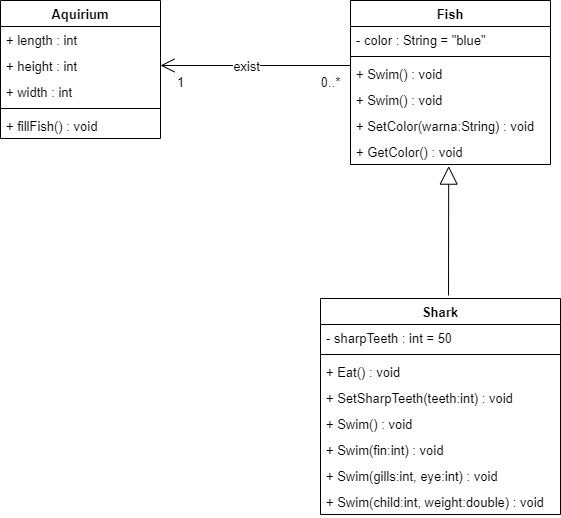
Above: E1ClassDiagram.png in yunee01/W2 (draw.io), before the change. Source tidied: cells renumbered, new cells last; positions are measured from the earlier drawing's top-left corner, leaving out a move shared by most shapes. The source it was exported from:
```xml
<mxGraphModel>
  <root>
    <mxCell id="0" />
    <mxCell id="1" parent="0" />
    <mxCell id="2" style="endArrow=block;endSize=16;endFill=0;html=1;entryX=0.491;entryY=1.062;entryDx=0;entryDy=0;entryPerimeter=0;jumpSize=10;fontSize=13;" parent="1" edge="1" target="9">
      <mxGeometry relative="1" as="geometry">
        <mxPoint x="448" y="295" as="sourcePoint" />
      </mxGeometry>
    </mxCell>
    <mxCell id="3" value="Fish" style="swimlane;fontStyle=1;align=center;verticalAlign=top;horizontal=1;startSize=26;fontSize=13;" parent="1" vertex="1">
      <mxGeometry x="350" width="200" height="164" as="geometry" />
    </mxCell>
    <mxCell id="4" value="- color : String = &quot;blue&quot;" style="text;strokeColor=none;fillColor=none;align=left;verticalAlign=top;spacingLeft=4;spacingRight=4;overflow=hidden;fontSize=13;" parent="3" vertex="1">
      <mxGeometry y="26" width="200" height="26" as="geometry" />
    </mxCell>
    <mxCell id="5" style="line;strokeWidth=1;fillColor=none;align=left;verticalAlign=middle;spacingTop=-1;spacingLeft=3;spacingRight=3;labelPosition=right;fontSize=13;" parent="3" vertex="1">
      <mxGeometry y="52" width="200" height="8" as="geometry" />
    </mxCell>
    <mxCell id="6" value="+ Swim() : void" style="text;strokeColor=none;fillColor=none;align=left;verticalAlign=top;spacingLeft=4;spacingRight=4;overflow=hidden;fontSize=13;" parent="3" vertex="1">
      <mxGeometry y="60" width="200" height="26" as="geometry" />
    </mxCell>
    <mxCell id="7" value="+ Swim() : void" style="text;strokeColor=none;fillColor=none;align=left;verticalAlign=top;spacingLeft=4;spacingRight=4;overflow=hidden;fontSize=13;" parent="3" vertex="1">
      <mxGeometry y="86" width="200" height="26" as="geometry" />
    </mxCell>
    <mxCell id="8" value="+ SetColor(warna:String) : void" style="text;strokeColor=none;fillColor=none;align=left;verticalAlign=top;spacingLeft=4;spacingRight=4;overflow=hidden;fontSize=13;" parent="3" vertex="1">
      <mxGeometry y="112" width="200" height="26" as="geometry" />
    </mxCell>
    <mxCell id="9" value="+ GetColor() : void" style="text;strokeColor=none;fillColor=none;align=left;verticalAlign=top;spacingLeft=4;spacingRight=4;overflow=hidden;points=[[0,0.5],[1,0.5]];portConstraint=eastwest;fontSize=13;" parent="3" vertex="1">
      <mxGeometry y="138" width="200" height="26" as="geometry" />
    </mxCell>
    <mxCell id="10" value="Aquirium" style="swimlane;fontStyle=1;align=center;verticalAlign=top;horizontal=1;startSize=26;fontSize=13;" parent="1" vertex="1">
      <mxGeometry width="160" height="138" as="geometry" />
    </mxCell>
    <mxCell id="11" value="+ length : int&#10;" style="text;strokeColor=none;fillColor=none;align=left;verticalAlign=top;spacingLeft=4;spacingRight=4;overflow=hidden;fontSize=13;" parent="10" vertex="1">
      <mxGeometry y="26" width="160" height="26" as="geometry" />
    </mxCell>
    <mxCell id="12" value="+ height : int&#10;" style="text;strokeColor=none;fillColor=none;align=left;verticalAlign=top;spacingLeft=4;spacingRight=4;overflow=hidden;points=[[0,0.5],[1,0.5]];portConstraint=eastwest;fontSize=13;" parent="10" vertex="1">
      <mxGeometry y="52" width="160" height="26" as="geometry" />
    </mxCell>
    <mxCell id="13" value="+ width : int&#10;" style="text;strokeColor=none;fillColor=none;align=left;verticalAlign=top;spacingLeft=4;spacingRight=4;overflow=hidden;fontSize=13;" parent="10" vertex="1">
      <mxGeometry y="78" width="160" height="26" as="geometry" />
    </mxCell>
    <mxCell id="14" style="line;strokeWidth=1;fillColor=none;align=left;verticalAlign=middle;spacingTop=-1;spacingLeft=3;spacingRight=3;labelPosition=right;fontSize=13;" parent="10" vertex="1">
      <mxGeometry y="104" width="160" height="8" as="geometry" />
    </mxCell>
    <mxCell id="15" value="+ fillFish() : void" style="text;strokeColor=none;fillColor=none;align=left;verticalAlign=top;spacingLeft=4;spacingRight=4;overflow=hidden;fontSize=13;" parent="10" vertex="1">
      <mxGeometry y="112" width="160" height="26" as="geometry" />
    </mxCell>
    <mxCell id="16" style="endArrow=open;endFill=1;endSize=12;html=1;entryX=1;entryY=0.5;entryDx=0;entryDy=0;fontSize=13;" parent="1" edge="1" target="12">
      <mxGeometry relative="1" as="geometry">
        <mxPoint x="350" y="65" as="sourcePoint" />
      </mxGeometry>
    </mxCell>
    <mxCell id="17" value="exist" style="edgeLabel;html=1;align=center;verticalAlign=middle;fontSize=13;" parent="16" vertex="1">
      <mxGeometry x="0.1" relative="1" as="geometry" />
    </mxCell>
    <mxCell id="18" value="0..*" style="text;html=1;align=center;verticalAlign=middle;fontSize=13;" parent="1" vertex="1">
      <mxGeometry x="315" y="72" width="30" height="20" as="geometry" />
    </mxCell>
    <mxCell id="19" value="1" style="text;html=1;align=center;verticalAlign=middle;fontSize=13;" parent="1" vertex="1">
      <mxGeometry x="170" y="72" width="20" height="20" as="geometry" />
    </mxCell>
    <mxCell id="20" value="Shark" style="swimlane;fontStyle=1;align=center;verticalAlign=top;horizontal=1;startSize=26;fontSize=13;" parent="1" vertex="1">
      <mxGeometry x="320" y="298" width="240" height="216" as="geometry" />
    </mxCell>
    <mxCell id="21" value="- sharpTeeth : int = 50" style="text;strokeColor=none;fillColor=none;align=left;verticalAlign=top;spacingLeft=4;spacingRight=4;overflow=hidden;fontSize=13;" parent="20" vertex="1">
      <mxGeometry y="26" width="240" height="26" as="geometry" />
    </mxCell>
    <mxCell id="22" style="line;strokeWidth=1;fillColor=none;align=left;verticalAlign=middle;spacingTop=-1;spacingLeft=3;spacingRight=3;labelPosition=right;fontSize=13;" parent="20" vertex="1">
      <mxGeometry y="52" width="240" height="8" as="geometry" />
    </mxCell>
    <mxCell id="23" value="+ Eat() : void" style="text;strokeColor=none;fillColor=none;align=left;verticalAlign=top;spacingLeft=4;spacingRight=4;overflow=hidden;fontSize=13;" parent="20" vertex="1">
      <mxGeometry y="60" width="240" height="26" as="geometry" />
    </mxCell>
    <mxCell id="24" value="+ SetSharpTeeth(teeth:int) : void" style="text;strokeColor=none;fillColor=none;align=left;verticalAlign=top;spacingLeft=4;spacingRight=4;overflow=hidden;fontSize=13;" parent="20" vertex="1">
      <mxGeometry y="86" width="240" height="26" as="geometry" />
    </mxCell>
    <mxCell id="25" value="+ Swim() : void" style="text;strokeColor=none;fillColor=none;align=left;verticalAlign=top;spacingLeft=4;spacingRight=4;overflow=hidden;fontSize=13;" parent="20" vertex="1">
      <mxGeometry y="112" width="240" height="26" as="geometry" />
    </mxCell>
    <mxCell id="26" value="+ Swim(fin:int) : void" style="text;strokeColor=none;fillColor=none;align=left;verticalAlign=top;spacingLeft=4;spacingRight=4;overflow=hidden;fontSize=13;" parent="20" vertex="1">
      <mxGeometry y="138" width="240" height="26" as="geometry" />
    </mxCell>
    <mxCell id="27" value="+ Swim(gills:int, eye:int) : void" style="text;strokeColor=none;fillColor=none;align=left;verticalAlign=top;spacingLeft=4;spacingRight=4;overflow=hidden;fontSize=13;" parent="20" vertex="1">
      <mxGeometry y="164" width="240" height="26" as="geometry" />
    </mxCell>
    <mxCell id="28" value="+ Swim(child:int, weight:double) : void" style="text;strokeColor=none;fillColor=none;align=left;verticalAlign=top;spacingLeft=4;spacingRight=4;overflow=hidden;fontSize=13;" parent="20" vertex="1">
      <mxGeometry y="190" width="240" height="26" as="geometry" />
    </mxCell>
  </root>
</mxGraphModel>
```
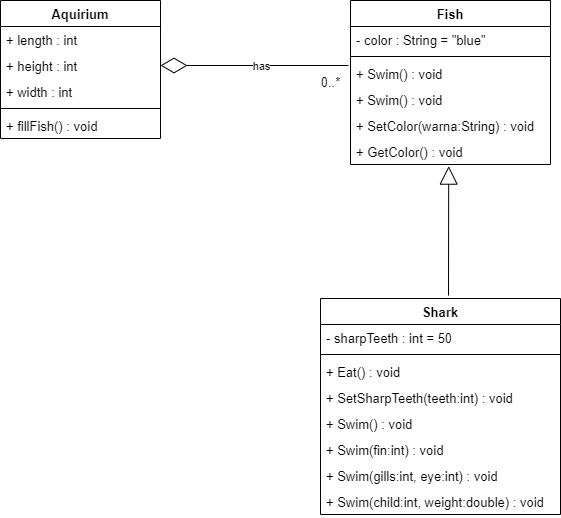
Later version of the same file.

Change to the diagram source:
```diff
@@ -46,20 +46,9 @@
     <mxCell id="15" value="+ fillFish() : void" style="text;strokeColor=none;fillColor=none;align=left;verticalAlign=top;spacingLeft=4;spacingRight=4;overflow=hidden;fontSize=13;" parent="10" vertex="1">
       <mxGeometry y="112" width="160" height="26" as="geometry" />
     </mxCell>
-    <mxCell id="16" style="endArrow=open;endFill=1;endSize=12;html=1;entryX=1;entryY=0.5;entryDx=0;entryDy=0;fontSize=13;" parent="1" edge="1" target="12">
-      <mxGeometry relative="1" as="geometry">
-        <mxPoint x="350" y="65" as="sourcePoint" />
-      </mxGeometry>
-    </mxCell>
-    <mxCell id="17" value="exist" style="edgeLabel;html=1;align=center;verticalAlign=middle;fontSize=13;" parent="16" vertex="1">
-      <mxGeometry x="0.1" relative="1" as="geometry" />
-    </mxCell>
     <mxCell id="18" value="0..*" style="text;html=1;align=center;verticalAlign=middle;fontSize=13;" parent="1" vertex="1">
       <mxGeometry x="315" y="72" width="30" height="20" as="geometry" />
     </mxCell>
-    <mxCell id="19" value="1" style="text;html=1;align=center;verticalAlign=middle;fontSize=13;" parent="1" vertex="1">
-      <mxGeometry x="170" y="72" width="20" height="20" as="geometry" />
-    </mxCell>
     <mxCell id="20" value="Shark" style="swimlane;fontStyle=1;align=center;verticalAlign=top;horizontal=1;startSize=26;fontSize=13;" parent="1" vertex="1">
       <mxGeometry x="320" y="298" width="240" height="216" as="geometry" />
     </mxCell>
@@ -87,5 +76,15 @@
     <mxCell id="28" value="+ Swim(child:int, weight:double) : void" style="text;strokeColor=none;fillColor=none;align=left;verticalAlign=top;spacingLeft=4;spacingRight=4;overflow=hidden;fontSize=13;" parent="20" vertex="1">
       <mxGeometry y="190" width="240" height="26" as="geometry" />
     </mxCell>
+    <mxCell id="29" style="endArrow=diamondThin;endFill=0;endSize=24;html=1;entryX=1;entryY=0.5;entryDx=0;entryDy=0;" parent="1" edge="1" target="12">
+      <mxGeometry relative="1" as="geometry">
+        <mxPoint x="348" y="65" as="sourcePoint" />
+      </mxGeometry>
+    </mxCell>
+    <mxCell id="30" value="has" style="edgeLabel;html=1;align=center;verticalAlign=middle;" parent="29" vertex="1">
+      <mxGeometry x="-0.13" y="1" relative="1" as="geometry">
+        <mxPoint x="-6" y="-1" as="offset" />
+      </mxGeometry>
+    </mxCell>
   </root>
 </mxGraphModel>
```
